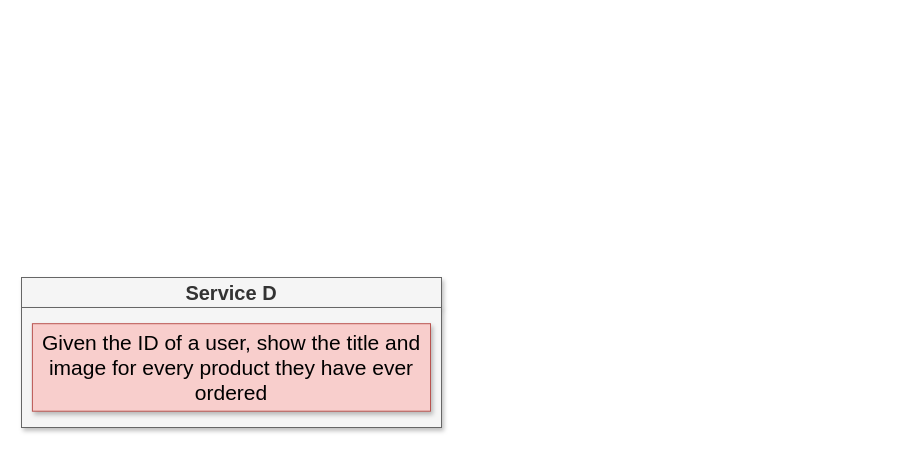
Above: page "10 - refine" (11 of 16) of diagrams/01/03.drawio in pawaniu/microservices-casts (draw.io), before the change. Source tidied: cells renumbered, new cells numbered last; positions are measured from the earlier drawing's top-left corner, leaving out a move shared by most shapes. Both pictures are drawn from the tidied source at 100%, with x=0, y=0 at pixel (21, 277).
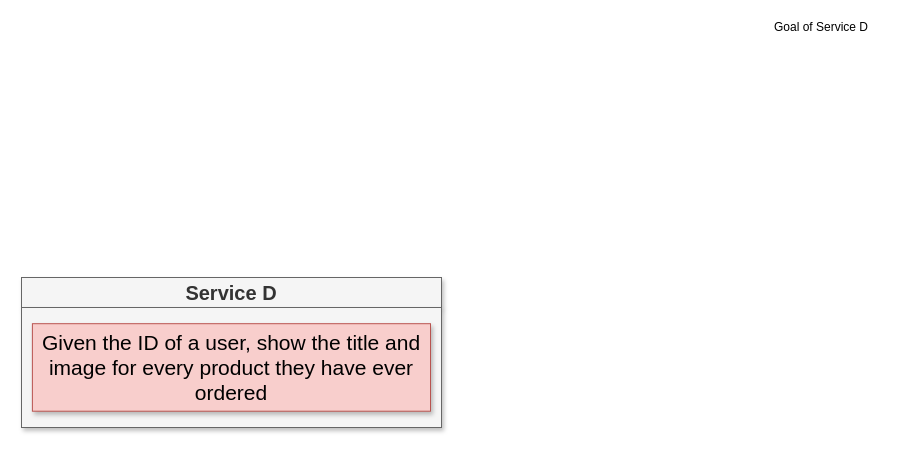
The same diagram, later.

Change to the diagram source:
```diff
@@
 <mxGraphModel>
   <root>
     <mxCell id="0" />
     <mxCell id="1" parent="0" />
     <mxCell id="2" value="Service D" style="rounded=0;whiteSpace=wrap;html=1;shadow=1;fontSize=20;fillColor=#f5f5f5;strokeColor=#666666;fontColor=#333333;fontStyle=1;" parent="1" vertex="1">
       <mxGeometry width="420" height="30" as="geometry" />
     </mxCell>
     <mxCell id="3" style="rounded=0;whiteSpace=wrap;html=1;shadow=1;fontSize=28;fillColor=#f5f5f5;strokeColor=#666666;fontColor=#333333;" parent="1" vertex="1">
       <mxGeometry y="30" width="420" height="120" as="geometry" />
     </mxCell>
     <mxCell id="4" value="Given the ID of a user, show the title and image for every product they have ever ordered" style="rounded=0;whiteSpace=wrap;html=1;shadow=1;fontSize=21;fillColor=#f8cecc;strokeColor=#b85450;" parent="1" vertex="1">
       <mxGeometry x="10.9" y="46.2" width="398.1" height="87.5" as="geometry" />
     </mxCell>
+    <mxCell id="5" value="Goal of Service D&lt;br&gt;" style="text;html=1;strokeColor=none;fillColor=none;align=center;verticalAlign=middle;whiteSpace=wrap;rounded=0;" parent="1" vertex="1">
+      <mxGeometry x="720" y="-260" width="160" height="20" as="geometry" />
+    </mxCell>
   </root>
 </mxGraphModel>
```
